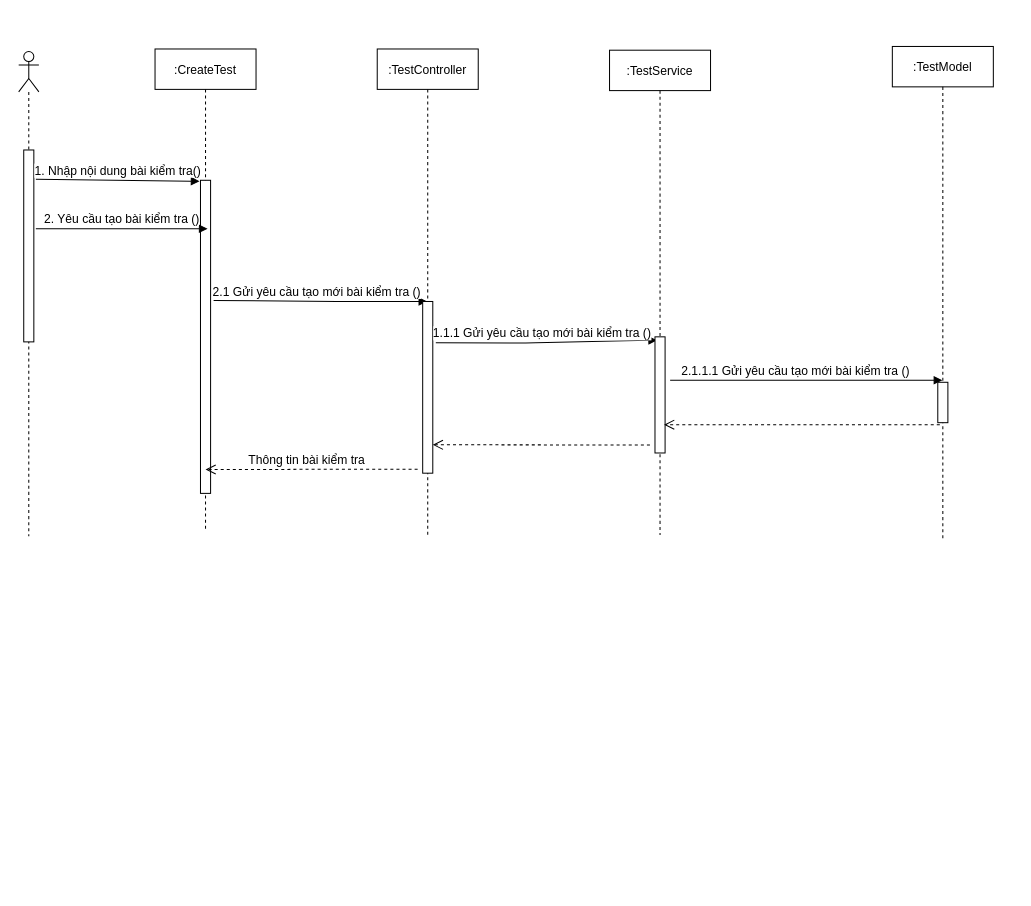
Before: page "Page-2" (2 of 11) of src/Untitled Diagram.drawio in Thuong911/vietStudy, a draw.io diagram. Source tidied: cells renumbered, new cells numbered last; positions are measured from the earlier drawing's top-left corner, leaving out a move shared by most shapes. Both pictures are drawn from the tidied source at 101%, with x=0, y=0 at pixel (18, 46).
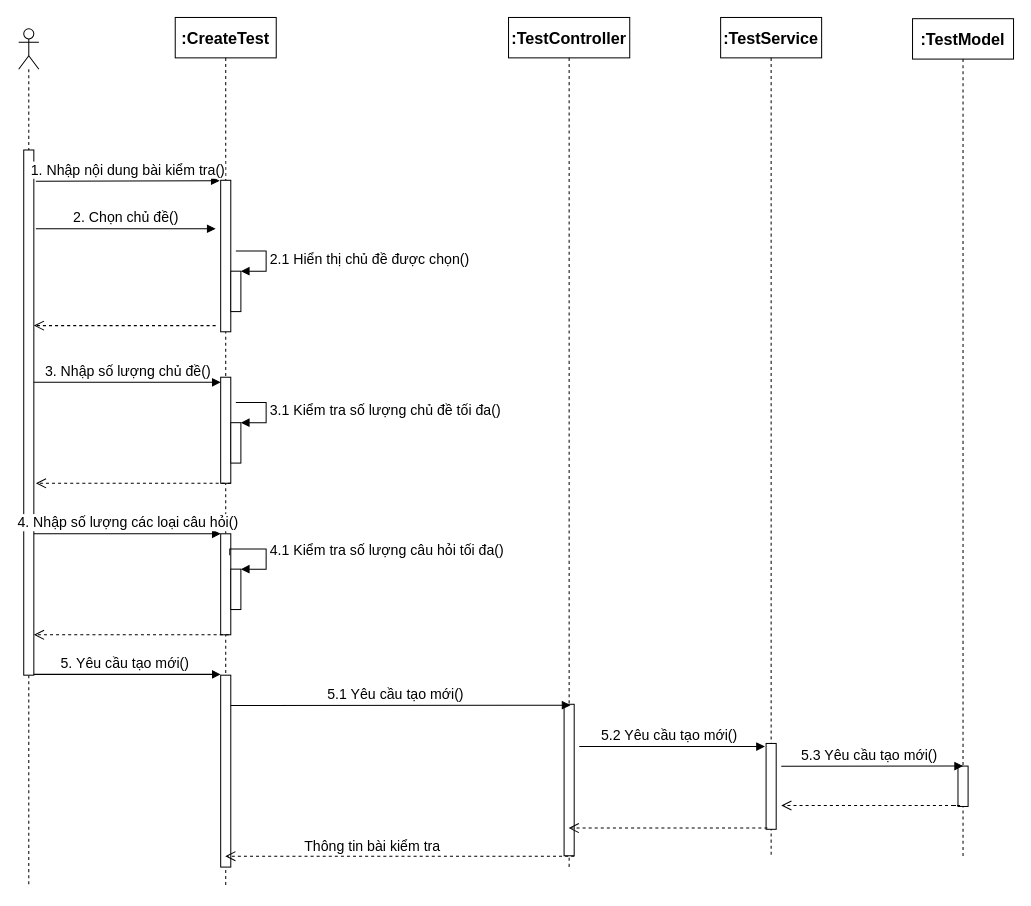
The same page after the edit.

Change to the diagram source:
```diff
@@
-    <mxCell id="2" value=":CreateTest" style="shape=umlLifeline;perimeter=lifelinePerimeter;rounded=0;shadow=0;strokeWidth=1;fontStyle=0;fontSize=12;" parent="1" vertex="1">
-      <mxGeometry x="135" y="2" width="100" height="477.5" as="geometry" />
+    <mxCell id="2" value=":CreateTest" style="shape=umlLifeline;perimeter=lifelinePerimeter;rounded=0;shadow=0;strokeWidth=1;fontStyle=1;fontSize=16;" parent="1" vertex="1">
+      <mxGeometry x="155" y="-29.2" width="100" height="861.2" as="geometry" />
     </mxCell>
-    <mxCell id="3" value=":TestController" style="shape=umlLifeline;perimeter=lifelinePerimeter;rounded=0;shadow=0;strokeWidth=1;fontStyle=0;fontSize=12;" parent="1" vertex="1">
-      <mxGeometry x="355" y="2" width="100" height="482.5" as="geometry" />
+    <mxCell id="3" value=":TestController" style="shape=umlLifeline;perimeter=lifelinePerimeter;rounded=0;shadow=0;strokeWidth=1;fontStyle=1;fontSize=16;" parent="1" vertex="1">
+      <mxGeometry x="485" y="-29.2" width="120" height="841.2" as="geometry" />
     </mxCell>
-    <mxCell id="4" value=":TestService" style="shape=umlLifeline;perimeter=lifelinePerimeter;rounded=0;shadow=0;strokeWidth=1;fontStyle=0;fontSize=12;" parent="1" vertex="1">
-      <mxGeometry x="585" y="3.2" width="100" height="480" as="geometry" />
+    <mxCell id="4" value=":TestService" style="shape=umlLifeline;perimeter=lifelinePerimeter;rounded=0;shadow=0;strokeWidth=1;fontStyle=1;fontSize=16;" parent="1" vertex="1">
+      <mxGeometry x="695" y="-29.2" width="100" height="830" as="geometry" />
     </mxCell>
+    <mxCell id="12" style="html=1;points=[];perimeter=orthogonalPerimeter;fontStyle=1;fontSize=16;" parent="4" vertex="1">
+      <mxGeometry x="45" y="718.8" width="10" height="85" as="geometry" />
+    </mxCell>
-    <mxCell id="5" value=":TestModel" style="shape=umlLifeline;perimeter=lifelinePerimeter;rounded=0;shadow=0;strokeWidth=1;fontStyle=0;fontSize=12;" parent="1" vertex="1">
-      <mxGeometry x="865" y="-0.5" width="100" height="490" as="geometry" />
+    <mxCell id="5" value=":TestModel" style="shape=umlLifeline;perimeter=lifelinePerimeter;rounded=0;shadow=0;strokeWidth=1;fontStyle=1;fontSize=16;" parent="1" vertex="1">
+      <mxGeometry x="885" y="-28" width="100" height="830" as="geometry" />
     </mxCell>
-    <mxCell id="6" style="shape=umlLifeline;participant=umlActor;perimeter=lifelinePerimeter;whiteSpace=wrap;html=1;verticalAlign=top;spacingTop=36;fontStyle=0;fontSize=12;" parent="1" vertex="1">
-      <mxGeometry y="4.5" width="20" height="480" as="geometry" />
+    <mxCell id="6" style="shape=umlLifeline;participant=umlActor;perimeter=lifelinePerimeter;whiteSpace=wrap;html=1;verticalAlign=top;spacingTop=36;fontStyle=1;fontSize=16;" parent="1" vertex="1">
+      <mxGeometry y="-18" width="20" height="850" as="geometry" />
     </mxCell>
-    <mxCell id="7" style="html=1;points=[];perimeter=orthogonalPerimeter;fontStyle=0;fontSize=12;" parent="1" vertex="1">
-      <mxGeometry x="5" y="102" width="10" height="190" as="geometry" />
+    <mxCell id="7" style="html=1;points=[];perimeter=orthogonalPerimeter;fontStyle=1;fontSize=16;" parent="1" vertex="1">
+      <mxGeometry x="5" y="102" width="10" height="520" as="geometry" />
     </mxCell>
-    <mxCell id="8" style="html=1;points=[];perimeter=orthogonalPerimeter;fontStyle=0;fontSize=12;" parent="1" vertex="1">
-      <mxGeometry x="180" y="132" width="10" height="310" as="geometry" />
+    <mxCell id="8" style="html=1;points=[];perimeter=orthogonalPerimeter;fontStyle=1;fontSize=16;" parent="1" vertex="1">
+      <mxGeometry x="200" y="132" width="10" height="150" as="geometry" />
     </mxCell>
-    <mxCell id="9" value="2.1 Gửi yêu cầu tạo mới bài kiểm tra ()" style="html=1;verticalAlign=bottom;endArrow=block;fontStyle=0;fontSize=12;exitX=1.3;exitY=0.384;exitDx=0;exitDy=0;exitPerimeter=0;" parent="1" edge="1" source="8" target="3">
-      <mxGeometry x="-0.04" relative="1" as="geometry">
-        <Array as="points">
-          <mxPoint x="325" y="252" />
-        </Array>
-      </mxGeometry>
-    </mxCell>
-    <mxCell id="10" style="html=1;points=[];perimeter=orthogonalPerimeter;fontStyle=0;fontSize=12;" parent="1" vertex="1">
-      <mxGeometry x="400" y="252" width="10" height="170" as="geometry" />
+    <mxCell id="10" style="html=1;points=[];perimeter=orthogonalPerimeter;fontStyle=1;fontSize=16;" parent="1" vertex="1">
+      <mxGeometry x="540" y="650.8" width="10" height="150" as="geometry" />
     </mxCell>
-    <mxCell id="11" value="1.1.1 Gửi yêu cầu tạo mới bài kiểm tra ()" style="html=1;verticalAlign=bottom;endArrow=block;entryX=0.2;entryY=0.029;entryDx=0;entryDy=0;entryPerimeter=0;exitX=1.3;exitY=0.241;exitDx=0;exitDy=0;exitPerimeter=0;fontStyle=0;fontSize=12;" parent="1" edge="1" source="10" target="12">
-      <mxGeometry x="-0.04" relative="1" as="geometry">
-        <Array as="points">
-          <mxPoint x="502" y="293" />
-        </Array>
-      </mxGeometry>
-    </mxCell>
-    <mxCell id="12" style="html=1;points=[];perimeter=orthogonalPerimeter;fontStyle=0;fontSize=12;" parent="1" vertex="1">
-      <mxGeometry x="630" y="287" width="10" height="115" as="geometry" />
-    </mxCell>
-    <mxCell id="13" value="2.1.1.1 Gửi yêu cầu tạo mới bài kiểm tra ()" style="html=1;verticalAlign=bottom;endArrow=block;fontStyle=0;fontSize=12;" parent="1" edge="1" target="5">
-      <mxGeometry x="-0.08" relative="1" as="geometry">
-        <mxPoint x="645" y="330" as="sourcePoint" />
-      </mxGeometry>
-    </mxCell>
-    <mxCell id="14" style="html=1;points=[];perimeter=orthogonalPerimeter;fontStyle=0;fontSize=12;" parent="1" vertex="1">
-      <mxGeometry x="910" y="332" width="10" height="40" as="geometry" />
+    <mxCell id="14" style="html=1;points=[];perimeter=orthogonalPerimeter;fontStyle=1;fontSize=16;" parent="1" vertex="1">
+      <mxGeometry x="930" y="712" width="10" height="40" as="geometry" />
     </mxCell>
-    <mxCell id="15" style="html=1;verticalAlign=bottom;endArrow=open;dashed=1;endSize=8;exitX=0.2;exitY=1.05;exitDx=0;exitDy=0;exitPerimeter=0;fontStyle=0;fontSize=12;" parent="1" edge="1" source="14">
-      <mxGeometry x="-0.04" y="-12" relative="1" as="geometry">
-        <mxPoint x="639" y="374" as="targetPoint" />
-      </mxGeometry>
-    </mxCell>
-    <mxCell id="16" style="html=1;verticalAlign=bottom;endArrow=open;dashed=1;endSize=8;entryX=1;entryY=0.835;entryDx=0;entryDy=0;entryPerimeter=0;fontStyle=0;fontSize=12;" parent="1" edge="1" target="10">
-      <mxGeometry x="-0.04" y="-12" relative="1" as="geometry">
-        <mxPoint x="625" y="394" as="sourcePoint" />
-      </mxGeometry>
-    </mxCell>
-    <mxCell id="17" value="Thông tin bài kiểm tra" style="html=1;verticalAlign=bottom;endArrow=open;dashed=1;endSize=8;entryX=0.5;entryY=0.872;entryDx=0;entryDy=0;entryPerimeter=0;fontStyle=0;fontSize=12;" parent="1" edge="1" target="2">
-      <mxGeometry x="0.05" relative="1" as="geometry">
-        <mxPoint x="395" y="418" as="sourcePoint" />
-      </mxGeometry>
-    </mxCell>
-    <mxCell id="18" value="1. Nhập nội dung bài kiểm tra()" style="html=1;verticalAlign=bottom;endArrow=block;fontSize=12;exitX=1.2;exitY=0.153;exitDx=0;exitDy=0;exitPerimeter=0;entryX=-0.1;entryY=0.003;entryDx=0;entryDy=0;entryPerimeter=0;" parent="1" edge="1" source="7" target="8">
-      <mxGeometry relative="1" as="geometry" />
+    <mxCell id="18" value="1. Nhập nội dung bài kiểm tra()" style="html=1;verticalAlign=bottom;endArrow=block;fontSize=14;entryX=-0.1;entryY=0.003;entryDx=0;entryDy=0;entryPerimeter=0;fontStyle=0;" parent="1" edge="1" target="8">
+      <mxGeometry relative="1" as="geometry">
+        <mxPoint x="17" y="133" as="sourcePoint" />
+      </mxGeometry>
     </mxCell>
-    <mxCell id="19" value="2. Yêu cầu tạo bài kiểm tra ()" style="html=1;verticalAlign=bottom;endArrow=block;fontSize=12;exitX=1.2;exitY=0.411;exitDx=0;exitDy=0;exitPerimeter=0;" parent="1" edge="1" source="7">
+    <mxCell id="19" value="2. Chọn chủ đề()" style="html=1;verticalAlign=bottom;endArrow=block;fontSize=14;fontStyle=0;" parent="1" edge="1">
       <mxGeometry relative="1" as="geometry">
-        <mxPoint x="187" y="180" as="targetPoint" />
+        <mxPoint x="17" y="180" as="sourcePoint" />
+        <mxPoint x="195" y="180" as="targetPoint" />
       </mxGeometry>
     </mxCell>
+    <mxCell id="20" style="html=1;points=[];perimeter=orthogonalPerimeter;fontSize=16;fontStyle=1;" parent="1" vertex="1">
+      <mxGeometry x="210" y="222" width="10" height="40" as="geometry" />
+    </mxCell>
+    <mxCell id="21" value="2.1 Hiển thị chủ đề được chọn()" style="edgeStyle=orthogonalEdgeStyle;html=1;align=left;spacingLeft=2;endArrow=block;rounded=0;entryX=1;entryY=0;fontSize=14;fontStyle=0;" parent="1" edge="1" target="20">
+      <mxGeometry relative="1" as="geometry">
+        <mxPoint x="215" y="202" as="sourcePoint" />
+        <Array as="points">
+          <mxPoint x="245" y="202" />
+        </Array>
+      </mxGeometry>
+    </mxCell>
+    <mxCell id="22" style="html=1;verticalAlign=bottom;endArrow=open;dashed=1;endSize=8;fontStyle=1;fontSize=16;" parent="1" edge="1">
+      <mxGeometry x="-0.04" y="-12" relative="1" as="geometry">
+        <mxPoint x="195" y="275.9" as="sourcePoint" />
+        <mxPoint x="15" y="275.9" as="targetPoint" />
+      </mxGeometry>
+    </mxCell>
+    <mxCell id="23" value="3. Nhập số lượng chủ đề()" style="html=1;verticalAlign=bottom;endArrow=block;fontSize=14;fontStyle=0;" parent="1" edge="1" target="24">
+      <mxGeometry x="0.01" relative="1" as="geometry">
+        <mxPoint x="15" y="332" as="sourcePoint" />
+      </mxGeometry>
+    </mxCell>
+    <mxCell id="24" style="html=1;points=[];perimeter=orthogonalPerimeter;fontSize=16;fontStyle=1;" parent="1" vertex="1">
+      <mxGeometry x="200" y="327" width="10" height="105" as="geometry" />
+    </mxCell>
+    <mxCell id="25" style="html=1;points=[];perimeter=orthogonalPerimeter;fontSize=16;fontStyle=1;" parent="1" vertex="1">
+      <mxGeometry x="210" y="372" width="10" height="40" as="geometry" />
+    </mxCell>
+    <mxCell id="26" value="3.1 Kiểm tra số lượng chủ đề tối đa()" style="edgeStyle=orthogonalEdgeStyle;html=1;align=left;spacingLeft=2;endArrow=block;rounded=0;entryX=1;entryY=0;fontSize=14;fontStyle=0;" parent="1" edge="1" target="25">
+      <mxGeometry relative="1" as="geometry">
+        <mxPoint x="215" y="352" as="sourcePoint" />
+        <Array as="points">
+          <mxPoint x="245" y="352" />
+        </Array>
+      </mxGeometry>
+    </mxCell>
+    <mxCell id="27" value="4. Nhập số lượng các loại câu hỏi()" style="html=1;verticalAlign=bottom;endArrow=block;fontSize=14;fontStyle=0;" parent="1" edge="1">
+      <mxGeometry x="0.01" relative="1" as="geometry">
+        <mxPoint x="15" y="482" as="sourcePoint" />
+        <mxPoint x="200" y="482" as="targetPoint" />
+      </mxGeometry>
+    </mxCell>
+    <mxCell id="28" style="html=1;verticalAlign=bottom;endArrow=open;dashed=1;endSize=8;fontSize=16;fontStyle=1;" parent="1" edge="1">
+      <mxGeometry x="1" y="291" relative="1" as="geometry">
+        <mxPoint x="210" y="432" as="sourcePoint" />
+        <mxPoint x="17" y="432" as="targetPoint" />
+        <Array as="points">
+          <mxPoint x="180" y="432" />
+        </Array>
+        <mxPoint x="-280" y="-211" as="offset" />
+      </mxGeometry>
+    </mxCell>
+    <mxCell id="29" style="html=1;points=[];perimeter=orthogonalPerimeter;fontSize=16;fontStyle=1;" parent="1" vertex="1">
+      <mxGeometry x="200" y="482" width="10" height="100" as="geometry" />
+    </mxCell>
+    <mxCell id="30" style="html=1;points=[];perimeter=orthogonalPerimeter;fontSize=16;fontStyle=1;" parent="1" vertex="1">
+      <mxGeometry x="210" y="517" width="10" height="40" as="geometry" />
+    </mxCell>
+    <mxCell id="31" value="4.1 Kiểm tra số lượng câu hỏi tối đa()" style="edgeStyle=orthogonalEdgeStyle;html=1;align=left;spacingLeft=2;endArrow=block;rounded=0;entryX=1;entryY=0;fontSize=14;exitX=0.9;exitY=0.213;exitDx=0;exitDy=0;exitPerimeter=0;fontStyle=0;" parent="1" edge="1" source="29" target="30">
+      <mxGeometry relative="1" as="geometry">
+        <Array as="points">
+          <mxPoint x="209" y="497" />
+          <mxPoint x="245" y="497" />
+          <mxPoint x="245" y="517" />
+        </Array>
+      </mxGeometry>
+    </mxCell>
+    <mxCell id="32" style="html=1;verticalAlign=bottom;endArrow=open;dashed=1;endSize=8;fontSize=16;fontStyle=1;" parent="1" edge="1">
+      <mxGeometry x="1" y="291" relative="1" as="geometry">
+        <mxPoint x="208" y="582" as="sourcePoint" />
+        <mxPoint x="15" y="582" as="targetPoint" />
+        <Array as="points">
+          <mxPoint x="178" y="582" />
+        </Array>
+        <mxPoint x="-280" y="-211" as="offset" />
+      </mxGeometry>
+    </mxCell>
+    <mxCell id="33" style="html=1;perimeter=orthogonalPerimeter;fontSize=16;fontStyle=1;" parent="1" vertex="1">
+      <mxGeometry x="200" y="622" width="10" height="190" as="geometry" />
+    </mxCell>
+    <mxCell id="34" value="5. Yêu cầu tạo mới()" style="html=1;verticalAlign=bottom;endArrow=block;fontSize=14;fontStyle=0;" parent="1" edge="1">
+      <mxGeometry x="-0.03" relative="1" as="geometry">
+        <mxPoint x="15" y="621.2" as="sourcePoint" />
+        <mxPoint x="200" y="621.2" as="targetPoint" />
+      </mxGeometry>
+    </mxCell>
+    <mxCell id="35" value="5.1 Yêu cầu tạo mới()" style="html=1;verticalAlign=bottom;endArrow=block;fontSize=14;entryX=0.633;entryY=0.006;entryDx=0;entryDy=0;entryPerimeter=0;fontStyle=0;" parent="1" edge="1" target="10">
+      <mxGeometry x="-0.03" relative="1" as="geometry">
+        <mxPoint x="210" y="652" as="sourcePoint" />
+      </mxGeometry>
+    </mxCell>
+    <mxCell id="11" value="5.2 Yêu cầu tạo mới()" style="html=1;verticalAlign=bottom;endArrow=block;fontSize=14;entryX=-0.117;entryY=0.036;entryDx=0;entryDy=0;entryPerimeter=0;fontStyle=0;exitX=1.5;exitY=0.279;exitDx=0;exitDy=0;exitPerimeter=0;" parent="1" edge="1" source="10" target="12">
+      <mxGeometry x="-0.03" relative="1" as="geometry" />
+    </mxCell>
+    <mxCell id="36" value="5.3 Yêu cầu tạo mới()" style="html=1;verticalAlign=bottom;endArrow=block;fontSize=14;exitX=1.5;exitY=0.265;exitDx=0;exitDy=0;exitPerimeter=0;fontStyle=0;" parent="1" edge="1" source="12">
+      <mxGeometry x="-0.03" relative="1" as="geometry">
+        <mxPoint x="935" y="712" as="targetPoint" />
+      </mxGeometry>
+    </mxCell>
+    <mxCell id="37" style="html=1;verticalAlign=bottom;endArrow=open;dashed=1;endSize=8;fontSize=16;fontStyle=1;" parent="1" edge="1">
+      <mxGeometry x="1" y="291" relative="1" as="geometry">
+        <mxPoint x="925" y="751" as="sourcePoint" />
+        <mxPoint x="755" y="751" as="targetPoint" />
+        <Array as="points">
+          <mxPoint x="935" y="751" />
+        </Array>
+        <mxPoint x="-280" y="-211" as="offset" />
+      </mxGeometry>
+    </mxCell>
+    <mxCell id="38" style="html=1;verticalAlign=bottom;endArrow=open;dashed=1;endSize=8;fontSize=16;exitX=0.133;exitY=0.986;exitDx=0;exitDy=0;exitPerimeter=0;fontStyle=1;" parent="1" edge="1" source="12" target="3">
+      <mxGeometry x="1" y="291" relative="1" as="geometry">
+        <mxPoint x="-280" y="-211" as="offset" />
+      </mxGeometry>
+    </mxCell>
+    <mxCell id="39" style="html=1;verticalAlign=bottom;endArrow=open;dashed=1;endSize=8;fontSize=16;fontStyle=1;" parent="1" edge="1" target="2">
+      <mxGeometry x="1" y="291" relative="1" as="geometry">
+        <mxPoint x="550" y="801.2" as="sourcePoint" />
+        <Array as="points">
+          <mxPoint x="520" y="801.2" />
+        </Array>
+        <mxPoint x="-280" y="-211" as="offset" />
+      </mxGeometry>
+    </mxCell>
+    <mxCell id="17" value="Thông tin bài kiểm tra" style="text;html=1;align=center;verticalAlign=middle;strokeColor=none;fontSize=14;fontStyle=0;" parent="1" vertex="1">
+      <mxGeometry x="275" y="782" width="150" height="20" as="geometry" />
+    </mxCell>
```
